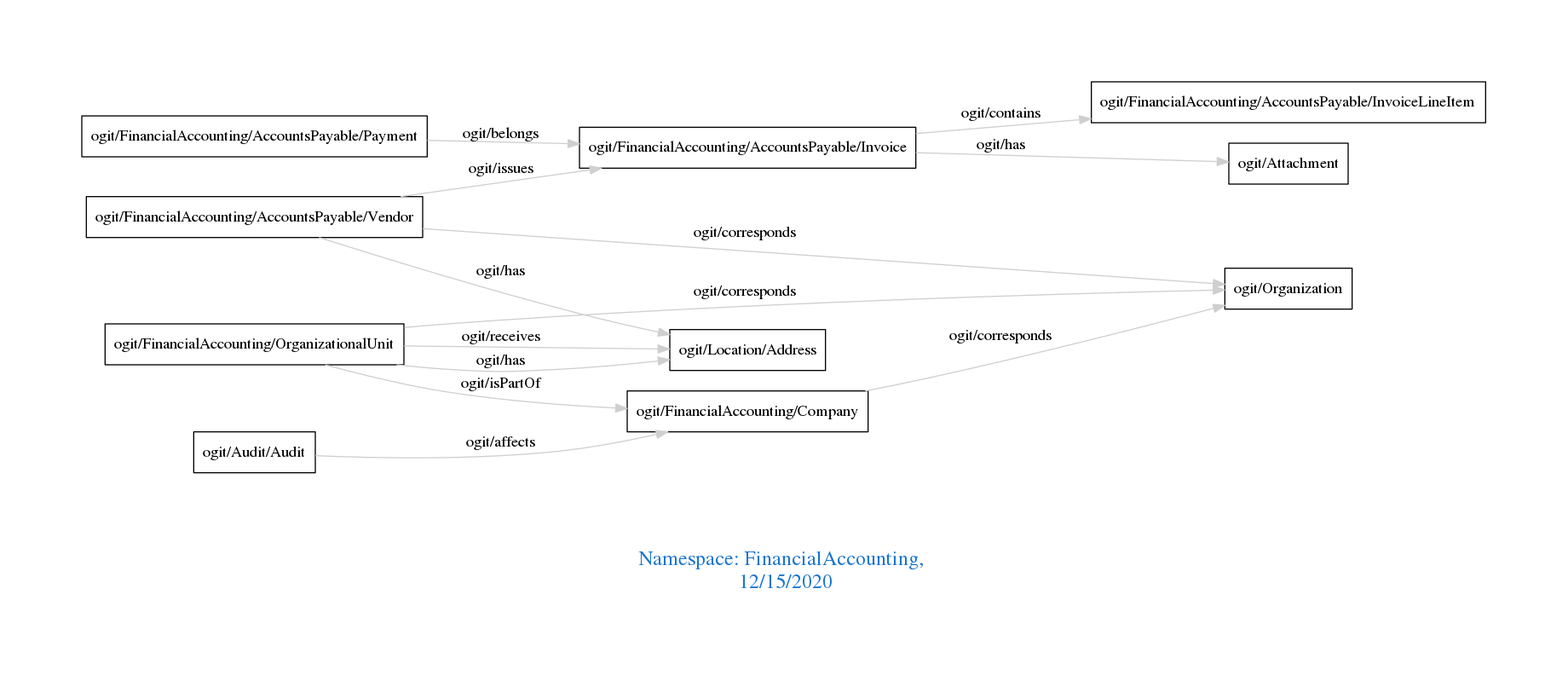
arago/OGIT keeps this Graphviz diagram as downloads/FinancialAccounting.png. Above is the earlier version. Its source is kept beside it as downloads/FinancialAccounting.dot.
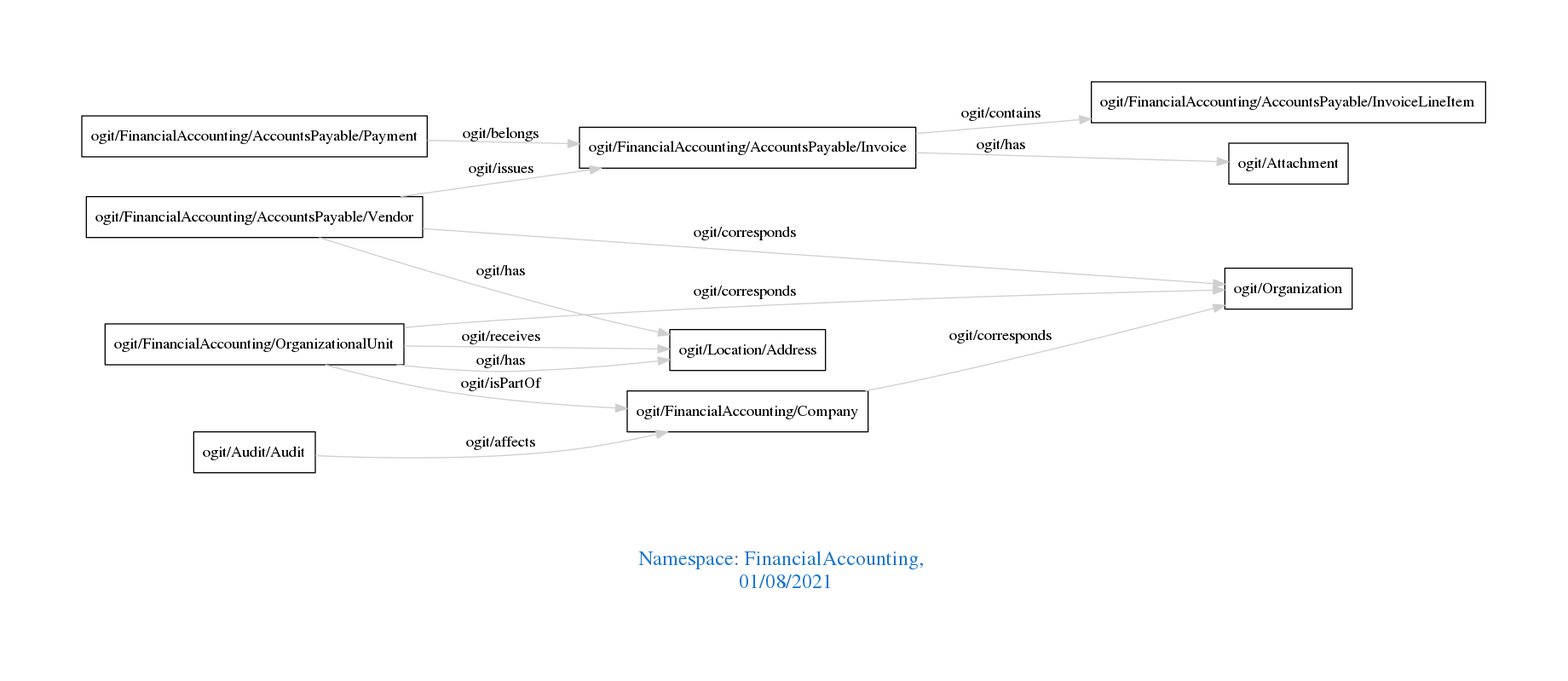
After the change.

Diff of the diagram source:
```diff
@@ -1,7 +1,7 @@
 digraph OGIT_ontology {
  graph [ rankdir= LR,pad=1
 fontsize = 18,
-fontcolor= dodgerblue3,label = "\n\n\nNamespace: FinancialAccounting, \n 12/15/2020"];
+fontcolor= dodgerblue3,label = "\n\n\nNamespace: FinancialAccounting, \n 01/08/2021"];
 node[shape=polygon];
 edge [  color="gray81"];
 
```
